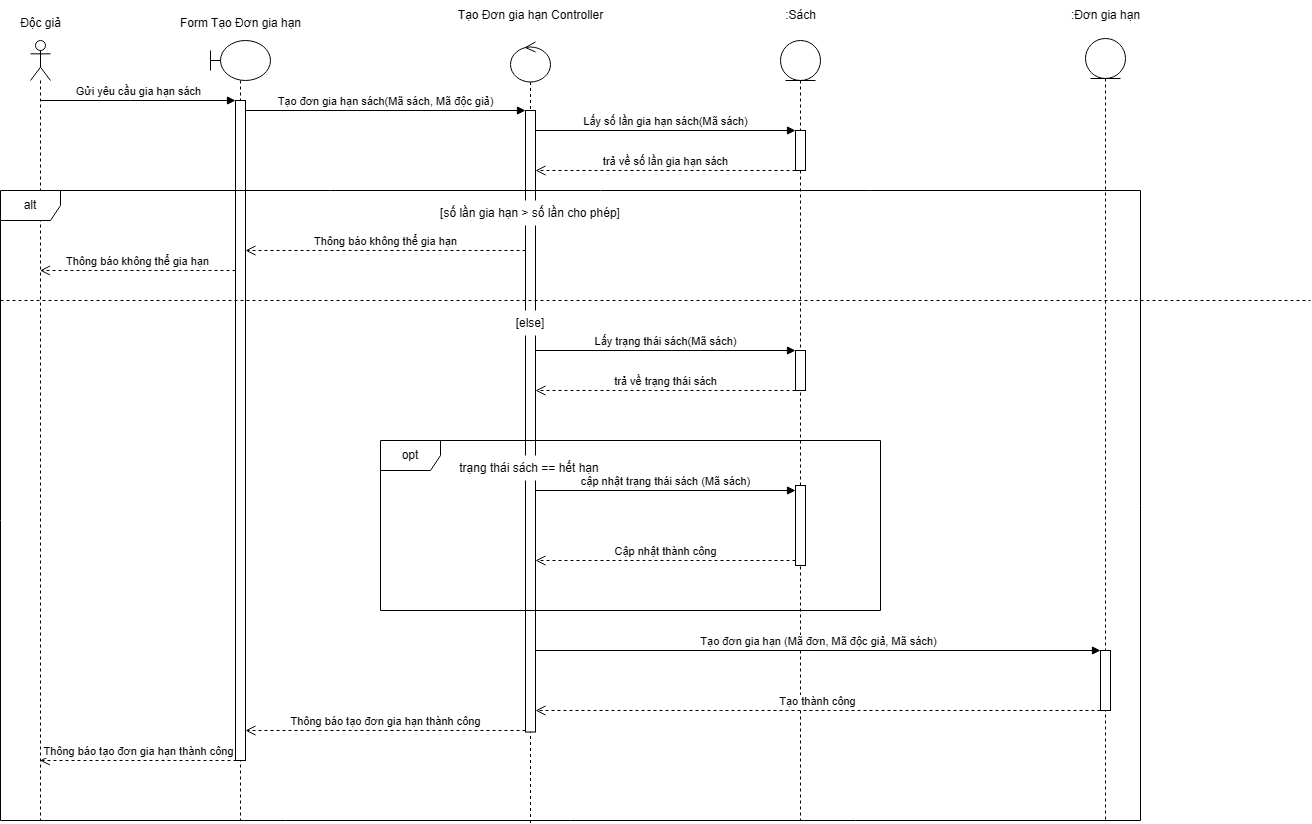
The draw.io diagram Sequence Diagram/UC Gia hạn sách/Actor Độc giả - Gia Hạn Sách.drawio.png in kimcuongdev/LibrarySystemAD, before a commit. Source tidied: cells renumbered, new cells last; positions are measured from the earlier drawing's top-left corner, leaving out a move shared by most shapes.
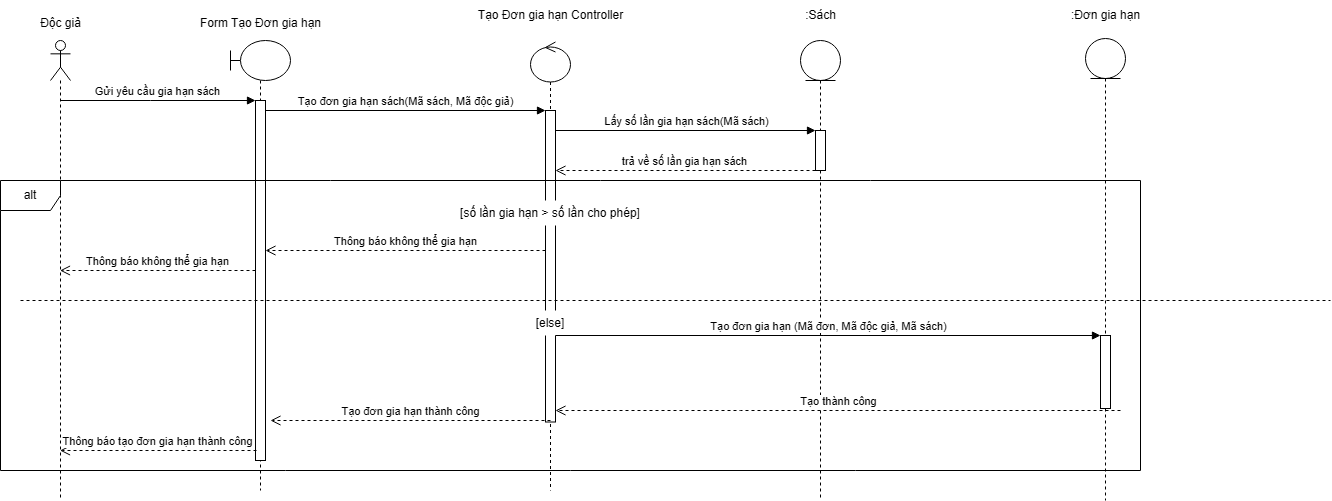
The same file after the commit.

The edit, as a diff of the source:
```diff
@@ -2,21 +2,21 @@
   <root>
     <mxCell id="0" />
     <mxCell id="1" parent="0" />
-    <mxCell id="2" style="shape=umlLifeline;perimeter=lifelinePerimeter;whiteSpace=wrap;html=1;newEdgeStyle={&quot;curved&quot;:0,&quot;rounded&quot;:0};participant=umlActor;" parent="1" vertex="1">
-      <mxGeometry x="30" y="40" width="20" height="780" as="geometry" />
-    </mxCell>
-    <mxCell id="3" style="shape=umlLifeline;perimeter=lifelinePerimeter;whiteSpace=wrap;html=1;newEdgeStyle={&quot;curved&quot;:0,&quot;rounded&quot;:0};participant=umlBoundary;size=40;" parent="1" vertex="1">
-      <mxGeometry x="210" y="40" width="60" height="780" as="geometry" />
-    </mxCell>
-    <mxCell id="4" style="html=1;perimeter=orthogonalPerimeter;targetShapes=umlLifeline;newEdgeStyle={&quot;curved&quot;:0,&quot;rounded&quot;:0};" parent="3" vertex="1">
-      <mxGeometry x="25" y="60" width="10" height="660" as="geometry" />
-    </mxCell>
-    <mxCell id="5" style="shape=umlLifeline;perimeter=lifelinePerimeter;whiteSpace=wrap;html=1;newEdgeStyle={&quot;curved&quot;:0,&quot;rounded&quot;:0};participant=umlControl;" parent="1" vertex="1">
-      <mxGeometry x="510" y="41.5" width="40" height="782" as="geometry" />
-    </mxCell>
-    <mxCell id="6" style="html=1;points=[[0,0,0,0,5],[0,1,0,0,-5],[1,0,0,0,5],[1,1,0,0,-5]];perimeter=orthogonalPerimeter;outlineConnect=0;targetShapes=umlLifeline;portConstraint=eastwest;newEdgeStyle={&quot;curved&quot;:0,&quot;rounded&quot;:0};" parent="5" vertex="1">
-      <mxGeometry x="15" y="68.5" width="10" height="621.5" as="geometry" />
-    </mxCell>
+    <mxCell id="40" style="shape=umlLifeline;perimeter=lifelinePerimeter;whiteSpace=wrap;html=1;newEdgeStyle={&quot;curved&quot;:0,&quot;rounded&quot;:0};participant=umlActor;" parent="1" vertex="1">
+      <mxGeometry x="30" y="40" width="20" height="460" as="geometry" />
+    </mxCell>
+    <mxCell id="41" style="shape=umlLifeline;perimeter=lifelinePerimeter;whiteSpace=wrap;html=1;newEdgeStyle={&quot;curved&quot;:0,&quot;rounded&quot;:0};participant=umlBoundary;size=40;" parent="1" vertex="1">
+      <mxGeometry x="210" y="40" width="60" height="450" as="geometry" />
+    </mxCell>
+    <mxCell id="42" style="html=1;perimeter=orthogonalPerimeter;targetShapes=umlLifeline;newEdgeStyle={&quot;curved&quot;:0,&quot;rounded&quot;:0};" parent="41" vertex="1">
+      <mxGeometry x="25" y="60" width="10" height="360" as="geometry" />
+    </mxCell>
+    <mxCell id="43" style="shape=umlLifeline;perimeter=lifelinePerimeter;whiteSpace=wrap;html=1;newEdgeStyle={&quot;curved&quot;:0,&quot;rounded&quot;:0};participant=umlControl;" parent="1" vertex="1">
+      <mxGeometry x="510" y="41.5" width="40" height="448.5" as="geometry" />
+    </mxCell>
+    <mxCell id="44" style="html=1;points=[[0,0,0,0,5],[0,1,0,0,-5],[1,0,0,0,5],[1,1,0,0,-5]];perimeter=orthogonalPerimeter;outlineConnect=0;targetShapes=umlLifeline;portConstraint=eastwest;newEdgeStyle={&quot;curved&quot;:0,&quot;rounded&quot;:0};" parent="43" vertex="1">
+      <mxGeometry x="15" y="68.5" width="10" height="311.5" as="geometry" />
+    </mxCell>
     <mxCell id="7" value="Gửi yêu cầu gia hạn sách" style="html=1;verticalAlign=bottom;endArrow=block;curved=0;rounded=0;entryX=0;entryY=0;entryDx=0;entryDy=5;" parent="1" edge="1">
       <mxGeometry relative="1" as="geometry">
         <mxPoint x="39.5" y="100" as="sourcePoint" />
@@ -38,10 +38,10 @@
         <mxPoint x="525" y="110" as="targetPoint" />
       </mxGeometry>
     </mxCell>
-    <mxCell id="10" style="shape=umlLifeline;perimeter=lifelinePerimeter;whiteSpace=wrap;html=1;newEdgeStyle={&quot;curved&quot;:0,&quot;rounded&quot;:0};participant=umlEntity;" parent="1" vertex="1">
-      <mxGeometry x="780" y="40" width="40" height="780" as="geometry" />
-    </mxCell>
+    <mxCell id="45" style="shape=umlLifeline;perimeter=lifelinePerimeter;whiteSpace=wrap;html=1;newEdgeStyle={&quot;curved&quot;:0,&quot;rounded&quot;:0};participant=umlEntity;" parent="1" vertex="1">
+      <mxGeometry x="780" y="40" width="40" height="460" as="geometry" />
+    </mxCell>
-    <mxCell id="11" style="html=1;perimeter=orthogonalPerimeter;targetShapes=umlLifeline;newEdgeStyle={&quot;curved&quot;:0,&quot;rounded&quot;:0};" parent="10" vertex="1">
+    <mxCell id="11" style="html=1;perimeter=orthogonalPerimeter;targetShapes=umlLifeline;newEdgeStyle={&quot;curved&quot;:0,&quot;rounded&quot;:0};" parent="45" vertex="1">
       <mxGeometry x="15" y="90" width="10" height="40" as="geometry" />
     </mxCell>
     <mxCell id="12" value="Lấy số lần gia hạn sách(Mã sách)" style="html=1;verticalAlign=bottom;endArrow=block;curved=0;rounded=0;entryX=0;entryY=0;entryDx=0;entryDy=5;" parent="1" edge="1">
@@ -65,39 +65,21 @@
     <mxCell id="15" value="[số lần gia hạn &amp;gt; số lần cho phép]" style="text;html=1;align=center;verticalAlign=middle;whiteSpace=wrap;rounded=0;fillColor=default;" parent="1" vertex="1">
       <mxGeometry x="430" y="200" width="200" height="25" as="geometry" />
     </mxCell>
-    <mxCell id="16" value="Tạo đơn gia hạn (Mã đơn, Mã độc giả, Mã sách)" style="html=1;verticalAlign=bottom;endArrow=block;curved=0;rounded=0;" parent="1" edge="1" source="6" target="39">
-      <mxGeometry relative="1" as="geometry" />
-    </mxCell>
-    <mxCell id="17" value="Tạo thành công" style="html=1;verticalAlign=bottom;endArrow=open;dashed=1;endSize=8;curved=0;rounded=0;" parent="1" edge="1">
-      <mxGeometry relative="1" as="geometry">
-        <mxPoint x="1100" y="710" as="sourcePoint" />
-        <mxPoint x="535" y="710" as="targetPoint" />
-        <Array as="points">
-          <mxPoint x="720" y="710" />
-        </Array>
-      </mxGeometry>
-    </mxCell>
-    <mxCell id="18" value="Thông báo tạo đơn gia hạn thành công" style="html=1;verticalAlign=bottom;endArrow=open;dashed=1;endSize=8;curved=0;rounded=0;" parent="1" edge="1">
-      <mxGeometry relative="1" as="geometry">
-        <mxPoint x="525" y="730" as="sourcePoint" />
-        <mxPoint x="245" y="730" as="targetPoint" />
-      </mxGeometry>
-    </mxCell>
     <mxCell id="19" value="Thông báo tạo đơn gia hạn thành công" style="html=1;verticalAlign=bottom;endArrow=open;dashed=1;endSize=8;curved=0;rounded=0;exitX=0.1;exitY=0.982;exitDx=0;exitDy=0;exitPerimeter=0;" parent="1" edge="1">
       <mxGeometry relative="1" as="geometry">
-        <mxPoint x="236" y="760" as="sourcePoint" />
-        <mxPoint x="39.5" y="760" as="targetPoint" />
+        <mxPoint x="236" y="450" as="sourcePoint" />
+        <mxPoint x="39.5" y="450" as="targetPoint" />
       </mxGeometry>
     </mxCell>
     <mxCell id="20" value="alt" style="shape=umlFrame;whiteSpace=wrap;html=1;" parent="1" vertex="1">
-      <mxGeometry y="190" width="1140" height="630" as="geometry" />
+      <mxGeometry x="-20" y="180" width="1140" height="290" as="geometry" />
     </mxCell>
-    <mxCell id="21" style="endArrow=none;dashed=1;html=1;rounded=0;" parent="1" edge="1">
-      <mxGeometry relative="1" as="geometry">
-        <mxPoint y="300" as="sourcePoint" />
-        <mxPoint x="1310" y="300" as="targetPoint" />
-      </mxGeometry>
-    </mxCell>
+    <mxCell id="46" style="endArrow=none;dashed=1;html=1;rounded=0;" parent="1" edge="1">
+      <mxGeometry relative="1" as="geometry">
+        <mxPoint y="300" as="sourcePoint" />
+        <mxPoint x="1310" y="300" as="targetPoint" />
+      </mxGeometry>
+    </mxCell>
     <mxCell id="22" value="[else]" style="text;html=1;align=center;verticalAlign=middle;whiteSpace=wrap;rounded=0;fillColor=default;" parent="1" vertex="1">
       <mxGeometry x="505" y="310" width="50" height="25" as="geometry" />
     </mxCell>
@@ -113,50 +95,35 @@
     <mxCell id="26" value=":Sách" style="text;html=1;align=center;verticalAlign=middle;strokeColor=none;fillColor=default;" parent="1" vertex="1">
       <mxGeometry x="775" width="50" height="30" as="geometry" />
     </mxCell>
-    <mxCell id="27" style="html=1;perimeter=orthogonalPerimeter;targetShapes=umlLifeline;newEdgeStyle={&quot;curved&quot;:0,&quot;rounded&quot;:0};" parent="1" vertex="1">
-      <mxGeometry x="795" y="350" width="10" height="40" as="geometry" />
-    </mxCell>
-    <mxCell id="28" value="Lấy trạng thái sách(Mã sách)" style="html=1;verticalAlign=bottom;endArrow=block;curved=0;rounded=0;entryX=0;entryY=0;entryDx=0;entryDy=5;" parent="1" edge="1">
-      <mxGeometry relative="1" as="geometry">
-        <mxPoint x="535" y="350" as="sourcePoint" />
-        <mxPoint x="795" y="350" as="targetPoint" />
-      </mxGeometry>
-    </mxCell>
-    <mxCell id="29" value="trả về trạng thái sách" style="html=1;verticalAlign=bottom;endArrow=open;dashed=1;endSize=8;curved=0;rounded=0;exitX=0;exitY=1;exitDx=0;exitDy=-5;" parent="1" edge="1">
-      <mxGeometry relative="1" as="geometry">
-        <mxPoint x="795" y="390" as="sourcePoint" />
-        <mxPoint x="535" y="390" as="targetPoint" />
-      </mxGeometry>
-    </mxCell>
-    <mxCell id="30" style="group;" parent="1" vertex="1">
-      <mxGeometry x="380" y="440" width="500" height="170" as="geometry" />
-    </mxCell>
-    <mxCell id="31" value="trạng thái sách == hết hạn" style="text;html=1;align=center;verticalAlign=middle;whiteSpace=wrap;rounded=0;fillColor=default;" parent="30" vertex="1">
-      <mxGeometry x="60" y="15" width="177.5" height="25" as="geometry" />
-    </mxCell>
-    <mxCell id="32" value="opt" style="shape=umlFrame;whiteSpace=wrap;html=1;" parent="30" vertex="1">
-      <mxGeometry width="500" height="170" as="geometry" />
-    </mxCell>
-    <mxCell id="33" style="html=1;points=[[0,0,0,0,5],[0,1,0,0,-5],[1,0,0,0,5],[1,1,0,0,-5]];perimeter=orthogonalPerimeter;outlineConnect=0;targetShapes=umlLifeline;portConstraint=eastwest;newEdgeStyle={&quot;curved&quot;:0,&quot;rounded&quot;:0};" parent="30" vertex="1">
-      <mxGeometry x="415" y="45" width="10" height="80" as="geometry" />
-    </mxCell>
-    <mxCell id="34" value="cập nhật trạng thái sách (Mã sách)" style="html=1;verticalAlign=bottom;endArrow=block;curved=0;rounded=0;entryX=0;entryY=0;entryDx=0;entryDy=5;" parent="30" edge="1" source="6" target="33">
-      <mxGeometry relative="1" as="geometry" />
-    </mxCell>
-    <mxCell id="35" value="Cập nhật thành công" style="html=1;verticalAlign=bottom;endArrow=open;dashed=1;endSize=8;curved=0;rounded=0;exitX=0;exitY=1;exitDx=0;exitDy=-5;" parent="30" edge="1" source="33" target="6">
-      <mxGeometry relative="1" as="geometry" />
-    </mxCell>
-    <mxCell id="36" style="group;" parent="1" vertex="1">
-      <mxGeometry x="1050" width="110" height="820" as="geometry" />
-    </mxCell>
-    <mxCell id="37" style="shape=umlLifeline;perimeter=lifelinePerimeter;whiteSpace=wrap;html=1;newEdgeStyle={&quot;curved&quot;:0,&quot;rounded&quot;:0};participant=umlEntity;" parent="36" vertex="1">
-      <mxGeometry x="35" y="38" width="40" height="782" as="geometry" />
-    </mxCell>
+    <mxCell id="47" style="group;" parent="1" vertex="1">
+      <mxGeometry x="250" y="410" width="850" height="10" as="geometry" />
+    </mxCell>
+    <mxCell id="17" value="Tạo thành công" style="html=1;verticalAlign=bottom;endArrow=open;dashed=1;endSize=8;curved=0;rounded=0;" parent="47" edge="1">
+      <mxGeometry relative="1" as="geometry">
+        <mxPoint x="850" as="sourcePoint" />
+        <mxPoint x="285" as="targetPoint" />
+        <Array as="points">
+          <mxPoint x="470" />
+        </Array>
+      </mxGeometry>
+    </mxCell>
+    <mxCell id="48" value="Tạo đơn gia hạn thành công" style="html=1;verticalAlign=bottom;endArrow=open;dashed=1;endSize=8;curved=0;rounded=0;" parent="47" edge="1">
+      <mxGeometry relative="1" as="geometry">
+        <mxPoint x="280" y="10" as="sourcePoint" />
+        <mxPoint y="10" as="targetPoint" />
+      </mxGeometry>
+    </mxCell>
+    <mxCell id="49" style="shape=umlLifeline;perimeter=lifelinePerimeter;whiteSpace=wrap;html=1;newEdgeStyle={&quot;curved&quot;:0,&quot;rounded&quot;:0};participant=umlEntity;" parent="1" vertex="1">
+      <mxGeometry x="1065" y="38" width="40" height="462" as="geometry" />
+    </mxCell>
+    <mxCell id="50" style="html=1;points=[[0,0,0,0,5],[0,1,0,0,-5],[1,0,0,0,5],[1,1,0,0,-5]];perimeter=orthogonalPerimeter;outlineConnect=0;targetShapes=umlLifeline;portConstraint=eastwest;newEdgeStyle={&quot;curved&quot;:0,&quot;rounded&quot;:0};" parent="49" vertex="1">
+      <mxGeometry x="15" y="297" width="10" height="73" as="geometry" />
+    </mxCell>
-    <mxCell id="38" value=":Đơn gia hạn" style="text;html=1;align=center;verticalAlign=middle;strokeColor=none;fillColor=default;" parent="36" vertex="1">
-      <mxGeometry width="110" height="30" as="geometry" />
+    <mxCell id="38" value=":Đơn gia hạn" style="text;html=1;align=center;verticalAlign=middle;strokeColor=none;fillColor=default;" parent="1" vertex="1">
+      <mxGeometry x="1030" width="110" height="30" as="geometry" />
     </mxCell>
-    <mxCell id="39" style="html=1;points=[[0,0,0,0,5],[0,1,0,0,-5],[1,0,0,0,5],[1,1,0,0,-5]];perimeter=orthogonalPerimeter;outlineConnect=0;targetShapes=umlLifeline;portConstraint=eastwest;newEdgeStyle={&quot;curved&quot;:0,&quot;rounded&quot;:0};" parent="36" vertex="1">
-      <mxGeometry x="50" y="650" width="10" height="60" as="geometry" />
-    </mxCell>
+    <mxCell id="16" value="Tạo đơn gia hạn (Mã đơn, Mã độc giả, Mã sách)" style="html=1;verticalAlign=bottom;endArrow=block;curved=0;rounded=0;" parent="1" edge="1" source="44" target="50">
+      <mxGeometry relative="1" as="geometry" />
+    </mxCell>
   </root>
 </mxGraphModel>
```
